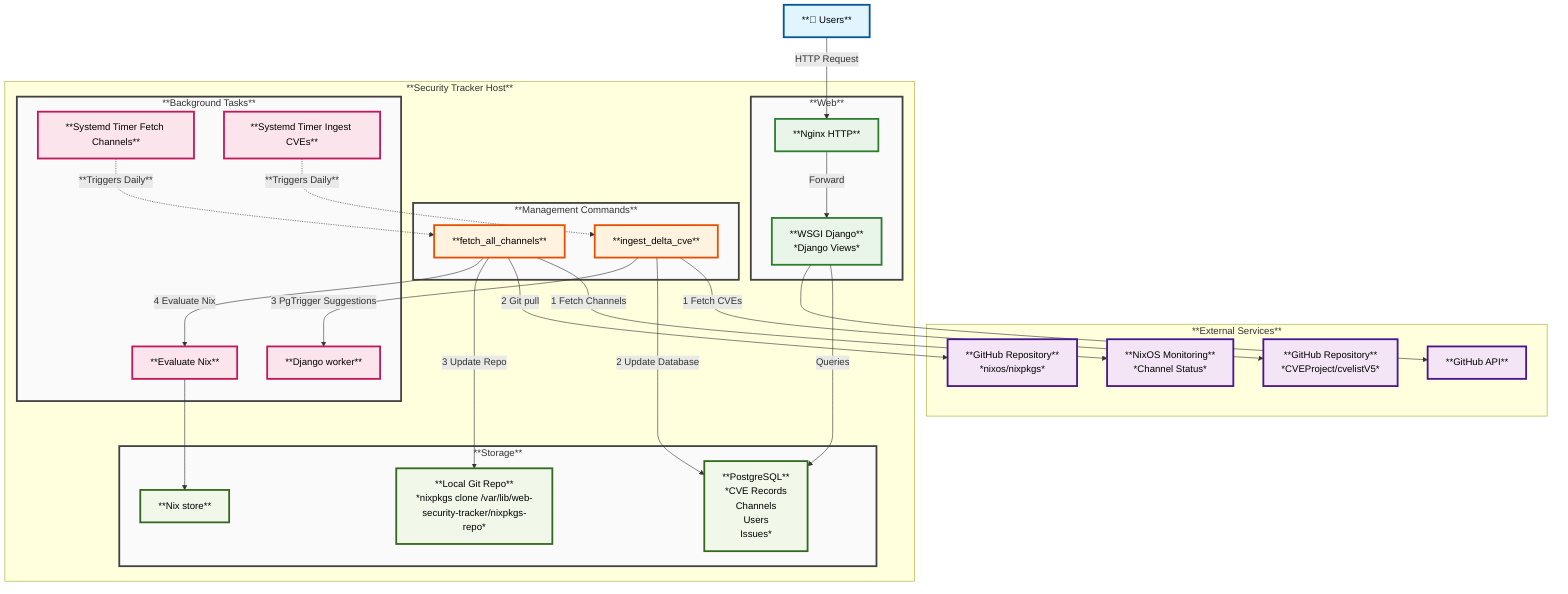
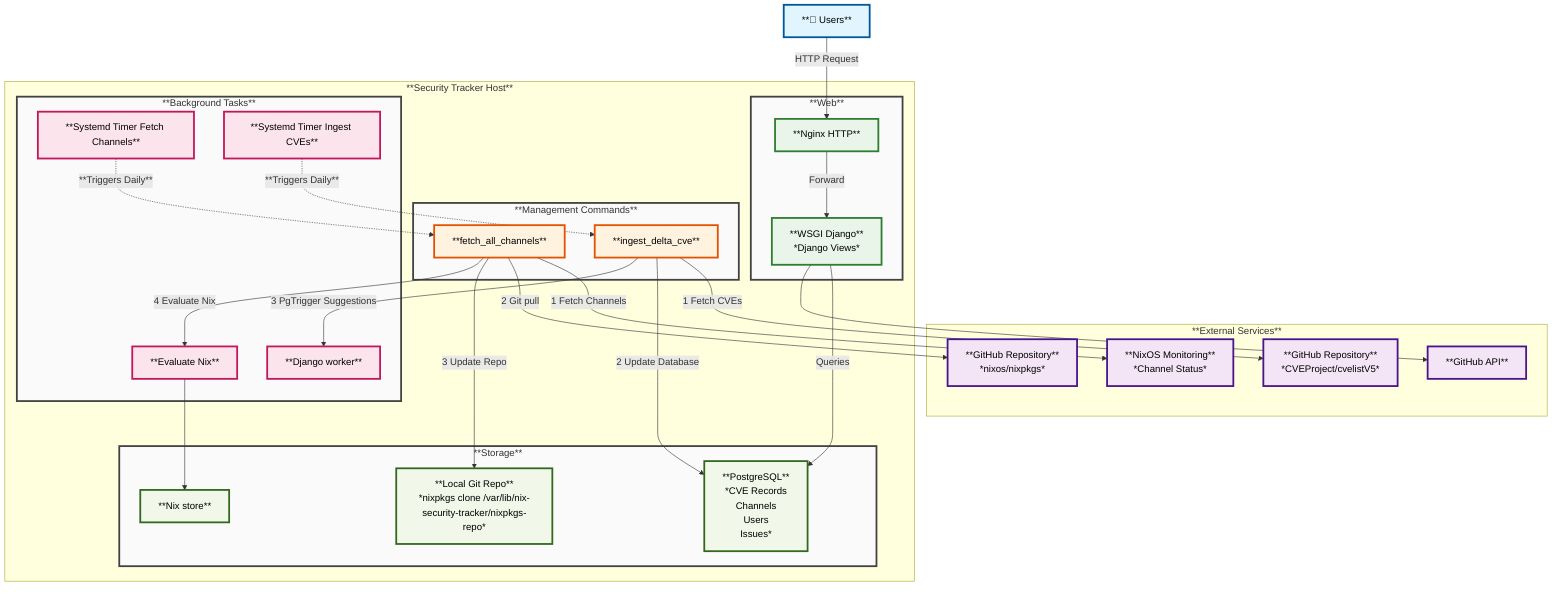
graph TB
    Users["**👥 Users**"]

    subgraph External["**External Services**"]
        GitHub["**GitHub API**"]
        GitHubNixos["**GitHub Repository**<br/>*nixos/nixpkgs*"]
        GitHubCVEs["**GitHub Repository**<br/>*CVEProject/cvelistV5*"]
        NixMonitoring["**NixOS Monitoring**<br/>*Channel Status*"]
    end

    subgraph SecurityTracker ["**Security Tracker Host**"]
	  subgraph Web["**Web**"]
		  Nginx["**Nginx HTTP**"]
		  WSGI["**WSGI Django**<br/>*Django Views*"]
	  end

	  subgraph ManageCommands["**Management Commands**"]
		  FetchAllChannels["**fetch_all_channels**"]
		  IngestCVEs["**ingest_delta_cve**"]
	  end

	  subgraph Background["**Background Tasks**"]
		  SystemdTimerChannels["**Systemd Timer Fetch Channels**"]
		  SystemdTimerCVEs["**Systemd Timer Ingest CVEs**"]
          NixEval["**Evaluate Nix**"]
          DjangoWorker["**Django worker**"]
	  end

	  subgraph Storage["**Storage**"]
		  PostgreSQL["**PostgreSQL**<br/>*CVE Records<br/>Channels<br/>Users<br/>Issues*"]
- 		  LocalGitCheckout["**Local Git Repo**<br/>*nixpkgs clone /var/lib/web-security-tracker/nixpkgs-repo*"]
+ 		  LocalGitCheckout["**Local Git Repo**<br/>*nixpkgs clone /var/lib/nix-security-tracker/nixpkgs-repo*"]
		  NixStore["**Nix store**"]
	  end

    end

	%% User interactions
	Users -->|HTTP Request| Nginx -->|Forward| WSGI -->|Queries| PostgreSQL
    WSGI --> GitHub

    %% Timers
    SystemdTimerChannels -.->|**Triggers Daily**| FetchAllChannels
    FetchAllChannels -->|1 Fetch Channels| NixMonitoring
    FetchAllChannels -->|2 Git pull| GitHubNixos
    FetchAllChannels -->|3 Update Repo| LocalGitCheckout
    FetchAllChannels -->|4 Evaluate Nix| NixEval --> NixStore

    SystemdTimerCVEs -.->|**Triggers Daily**| IngestCVEs
    IngestCVEs -->|1 Fetch CVEs| GitHubCVEs
    IngestCVEs -->|2 Update Database| PostgreSQL
    IngestCVEs -->|3 PgTrigger Suggestions| DjangoWorker

  classDef userClass fill:#e1f5fe,stroke:#01579b,stroke-width:3px,color:#000
    classDef externalClass fill:#f3e5f5,stroke:#4a148c,stroke-width:3px,color:#000
    classDef webClass fill:#e8f5e8,stroke:#2e7d32,stroke-width:3px,color:#000
    classDef commandClass fill:#fff3e0,stroke:#e65100,stroke-width:3px,color:#000
    classDef backgroundClass fill:#fce4ec,stroke:#c2185b,stroke-width:3px,color:#000
    classDef storageClass fill:#f1f8e9,stroke:#33691e,stroke-width:3px,color:#000
    classDef subgraphClass fill:#fafafa,stroke:#424242,stroke-width:3px

    class Users userClass
    class GitHub,GitHubNixos,GitHubCVEs,NixMonitoring externalClass
    class Nginx,WSGI webClass
    class FetchAllChannels,IngestCVEs commandClass
    class SystemdTimerChannels,SystemdTimerCVEs,NixEval,DjangoWorker backgroundClass
    class PostgreSQL,LocalGitCheckout,NixStore storageClass
    class Storage,Background,ManageCommands,Web subgraphClass
